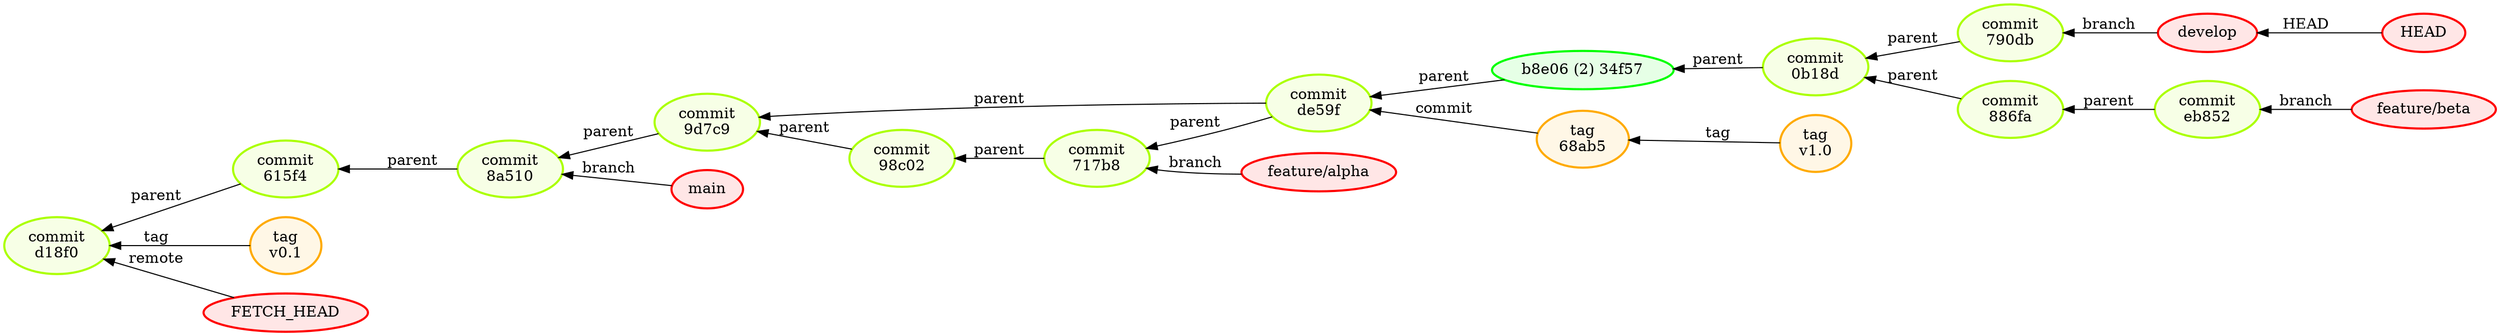
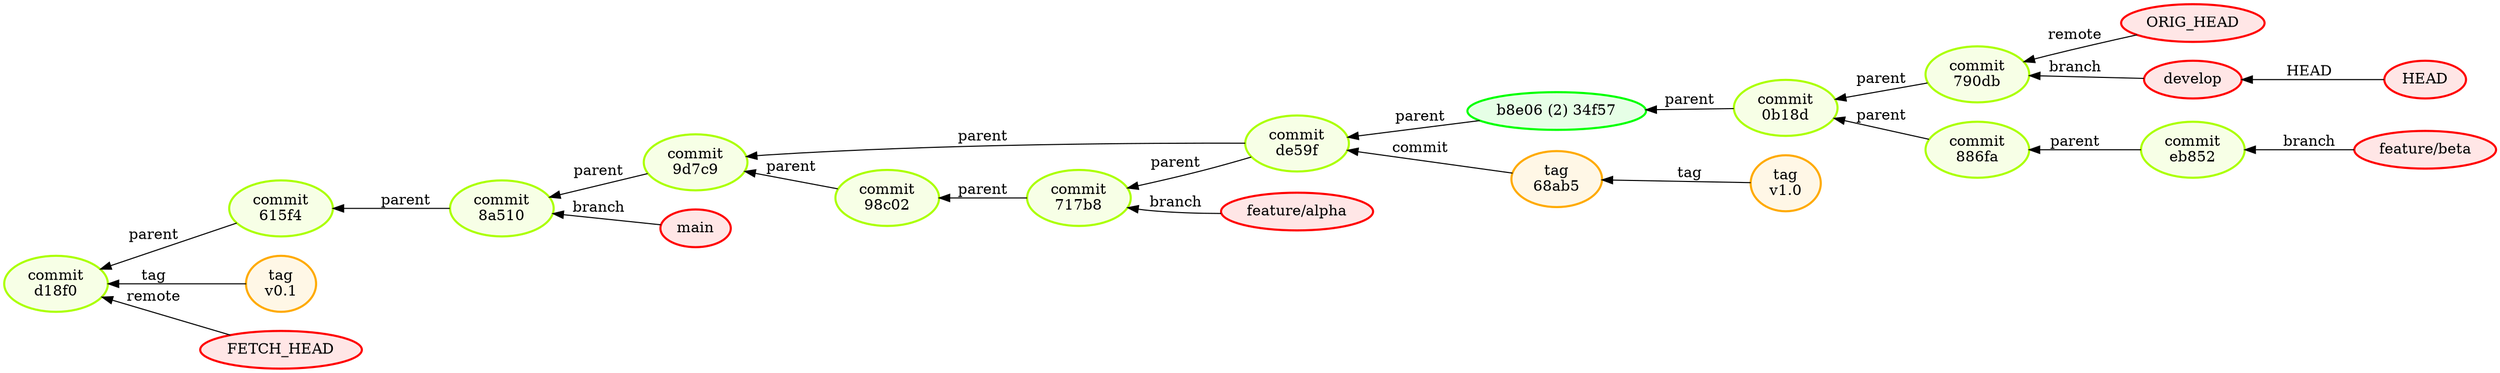
digraph {
	graph [rankdir=RL]
	HEAD [label=HEAD color="0.000 1.000 1.000" fillcolor="0.000 0.100 1.000" penwidth=2 style=filled]
	HEAD -> "refs/heads/develop" [label=HEAD]
	"refs/heads/develop" [label=develop color="0.000 1.000 1.000" fillcolor="0.000 0.100 1.000" penwidth=2 style=filled]
	"refs/heads/develop" -> "790db164f18098ef413853e56f7d93e70a2c187a" [label=branch]
	"790db164f18098ef413853e56f7d93e70a2c187a" [label="commit
790db" color="0.222 1.000 1.000" fillcolor="0.222 0.100 1.000" penwidth=2 style=filled]
	"790db164f18098ef413853e56f7d93e70a2c187a" -> "0b18da950bf84d50fbc7562a4747f13094fc85df" [label=parent]
	"0b18da950bf84d50fbc7562a4747f13094fc85df" [label="commit
0b18d" color="0.222 1.000 1.000" fillcolor="0.222 0.100 1.000" penwidth=2 style=filled]
	"0b18da950bf84d50fbc7562a4747f13094fc85df" -> "34f5775c53e87185c6f0c5342e74c9f9d9a06c40" [label=parent]
	"34f5775c53e87185c6f0c5342e74c9f9d9a06c40" [label="b8e06 (2) 34f57" color="0.333 1.000 1.000" fillcolor="0.333 0.100 1.000" penwidth=2 style=filled]
	"34f5775c53e87185c6f0c5342e74c9f9d9a06c40" -> de59f3a1667fc051ccc0b0682694585e36040bf4 [label=parent]
	de59f3a1667fc051ccc0b0682694585e36040bf4 [label="commit
de59f" color="0.222 1.000 1.000" fillcolor="0.222 0.100 1.000" penwidth=2 style=filled]
	de59f3a1667fc051ccc0b0682694585e36040bf4 -> "9d7c9410192654b9445d1935283210dbfa43d722" [label=parent]
	de59f3a1667fc051ccc0b0682694585e36040bf4 -> "717b8ae6fe822a635bb36b718f6a7cb2a27863a5" [label=parent]
	"717b8ae6fe822a635bb36b718f6a7cb2a27863a5" [label="commit
717b8" color="0.222 1.000 1.000" fillcolor="0.222 0.100 1.000" penwidth=2 style=filled]
	"717b8ae6fe822a635bb36b718f6a7cb2a27863a5" -> "98c0271fb08e9ec656af44e1ce7e1f310d722f3b" [label=parent]
	"98c0271fb08e9ec656af44e1ce7e1f310d722f3b" [label="commit
98c02" color="0.222 1.000 1.000" fillcolor="0.222 0.100 1.000" penwidth=2 style=filled]
	"98c0271fb08e9ec656af44e1ce7e1f310d722f3b" -> "9d7c9410192654b9445d1935283210dbfa43d722" [label=parent]
	"9d7c9410192654b9445d1935283210dbfa43d722" [label="commit
9d7c9" color="0.222 1.000 1.000" fillcolor="0.222 0.100 1.000" penwidth=2 style=filled]
	"9d7c9410192654b9445d1935283210dbfa43d722" -> "8a510ae66f449135f143a5099d7f7c8755c8fe9a" [label=parent]
	"8a510ae66f449135f143a5099d7f7c8755c8fe9a" [label="commit
8a510" color="0.222 1.000 1.000" fillcolor="0.222 0.100 1.000" penwidth=2 style=filled]
	"8a510ae66f449135f143a5099d7f7c8755c8fe9a" -> "615f48cc20ab3061238d022c49147045241a004f" [label=parent]
	"615f48cc20ab3061238d022c49147045241a004f" [label="commit
615f4" color="0.222 1.000 1.000" fillcolor="0.222 0.100 1.000" penwidth=2 style=filled]
	"615f48cc20ab3061238d022c49147045241a004f" -> d18f056029432df7a41eacf452447a111f0f4a12 [label=parent]
	d18f056029432df7a41eacf452447a111f0f4a12 [label="commit
d18f0" color="0.222 1.000 1.000" fillcolor="0.222 0.100 1.000" penwidth=2 style=filled]
	"refs/heads/feature/alpha" [label="feature/alpha" color="0.000 1.000 1.000" fillcolor="0.000 0.100 1.000" penwidth=2 style=filled]
	"refs/heads/feature/alpha" -> "717b8ae6fe822a635bb36b718f6a7cb2a27863a5" [label=branch]
	"refs/heads/feature/beta" [label="feature/beta" color="0.000 1.000 1.000" fillcolor="0.000 0.100 1.000" penwidth=2 style=filled]
	"refs/heads/feature/beta" -> eb852ccf183082960915022040318f9549283f89 [label=branch]
	eb852ccf183082960915022040318f9549283f89 [label="commit
eb852" color="0.222 1.000 1.000" fillcolor="0.222 0.100 1.000" penwidth=2 style=filled]
	eb852ccf183082960915022040318f9549283f89 -> "886fab2b89c493ab873baa91ecb1438da7321edc" [label=parent]
	"886fab2b89c493ab873baa91ecb1438da7321edc" [label="commit
886fa" color="0.222 1.000 1.000" fillcolor="0.222 0.100 1.000" penwidth=2 style=filled]
	"886fab2b89c493ab873baa91ecb1438da7321edc" -> "0b18da950bf84d50fbc7562a4747f13094fc85df" [label=parent]
	"refs/heads/main" [label=main color="0.000 1.000 1.000" fillcolor="0.000 0.100 1.000" penwidth=2 style=filled]
	"refs/heads/main" -> "8a510ae66f449135f143a5099d7f7c8755c8fe9a" [label=branch]
	"refs/tags/v0.1" [label="tag
v0.1" color="0.111 1.000 1.000" fillcolor="0.111 0.100 1.000" penwidth=2 style=filled]
	"refs/tags/v0.1" -> d18f056029432df7a41eacf452447a111f0f4a12 [label=tag]
	"refs/tags/v1.0" [label="tag
v1.0" color="0.111 1.000 1.000" fillcolor="0.111 0.100 1.000" penwidth=2 style=filled]
	"68ab57a3957981ada1d7d99f5ed25152cf0c89d8" [label="tag
68ab5" color="0.111 1.000 1.000" fillcolor="0.111 0.100 1.000" penwidth=2 style=filled]
	"refs/tags/v1.0" -> "68ab57a3957981ada1d7d99f5ed25152cf0c89d8" [label=tag]
	"68ab57a3957981ada1d7d99f5ed25152cf0c89d8" -> de59f3a1667fc051ccc0b0682694585e36040bf4 [label=commit]
	FETCH_HEAD [label=FETCH_HEAD color="0.000 1.000 1.000" fillcolor="0.000 0.100 1.000" penwidth=2 style=filled]
	FETCH_HEAD -> d18f056029432df7a41eacf452447a111f0f4a12 [label=remote]
+ 	ORIG_HEAD [label=ORIG_HEAD color="0.000 1.000 1.000" fillcolor="0.000 0.100 1.000" penwidth=2 style=filled]
+ 	ORIG_HEAD -> "790db164f18098ef413853e56f7d93e70a2c187a" [label=remote]
}
